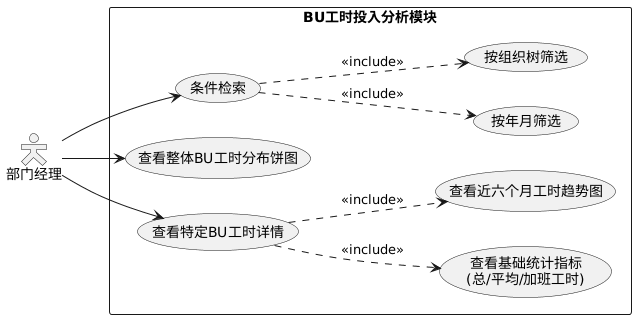
Above: imgs/usecase/部门投⼊到BU的⼯时分布用例图.png in Moon-Knight1/SEU-Graduation-Thesis-Template (PlantUML), before the change.
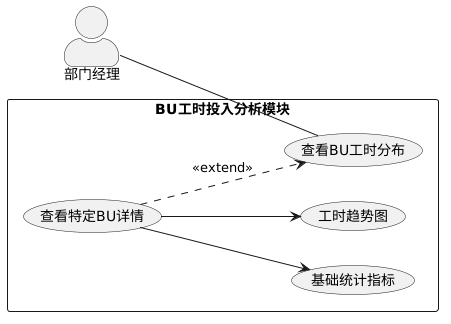
The same file after the commit.

Change to the diagram source:
```diff
@@ -1,29 +1,22 @@
 @startuml
 left to right direction
 skinparam packageStyle rectangle
-skinparam actorStyle hollow
+skinparam actorStyle awesome
 
-actor "部门经理" as Manager
+actor "部门经理" as PMO
 
 rectangle "BU工时投入分析模块" {
-  usecase "条件检索" as Search
-  usecase "按年月筛选" as FilterDate
-  usecase "按组织树筛选" as FilterOrg
 
-  usecase "查看整体BU工时分布饼图" as ViewPie
-  usecase "查看特定BU工时详情" as ViewDetail
+  usecase "查看BU工时分布" as ViewPie
+  usecase "查看特定BU详情" as ViewDetail
 
-  usecase "查看基础统计指标\n(总/平均/加班工时)" as ViewMetrics
-  usecase "查看近六个月工时趋势图" as ViewTrend
+  usecase "基础统计指标" as ViewMetrics
+  usecase "工时趋势图" as ViewTrend
 
-  Manager --> Search
-  Manager --> ViewPie
-  Manager --> ViewDetail
+  PMO -- ViewPie
 
-  Search ..> FilterDate : <<include>>
-  Search ..> FilterOrg : <<include>>
-
-  ViewDetail ..> ViewMetrics : <<include>>
-  ViewDetail ..> ViewTrend : <<include>>
+  ViewDetail --> ViewMetrics
+  ViewDetail --> ViewTrend
+  ViewDetail ..> ViewPie : <<extend>>
 }
 @enduml
```
